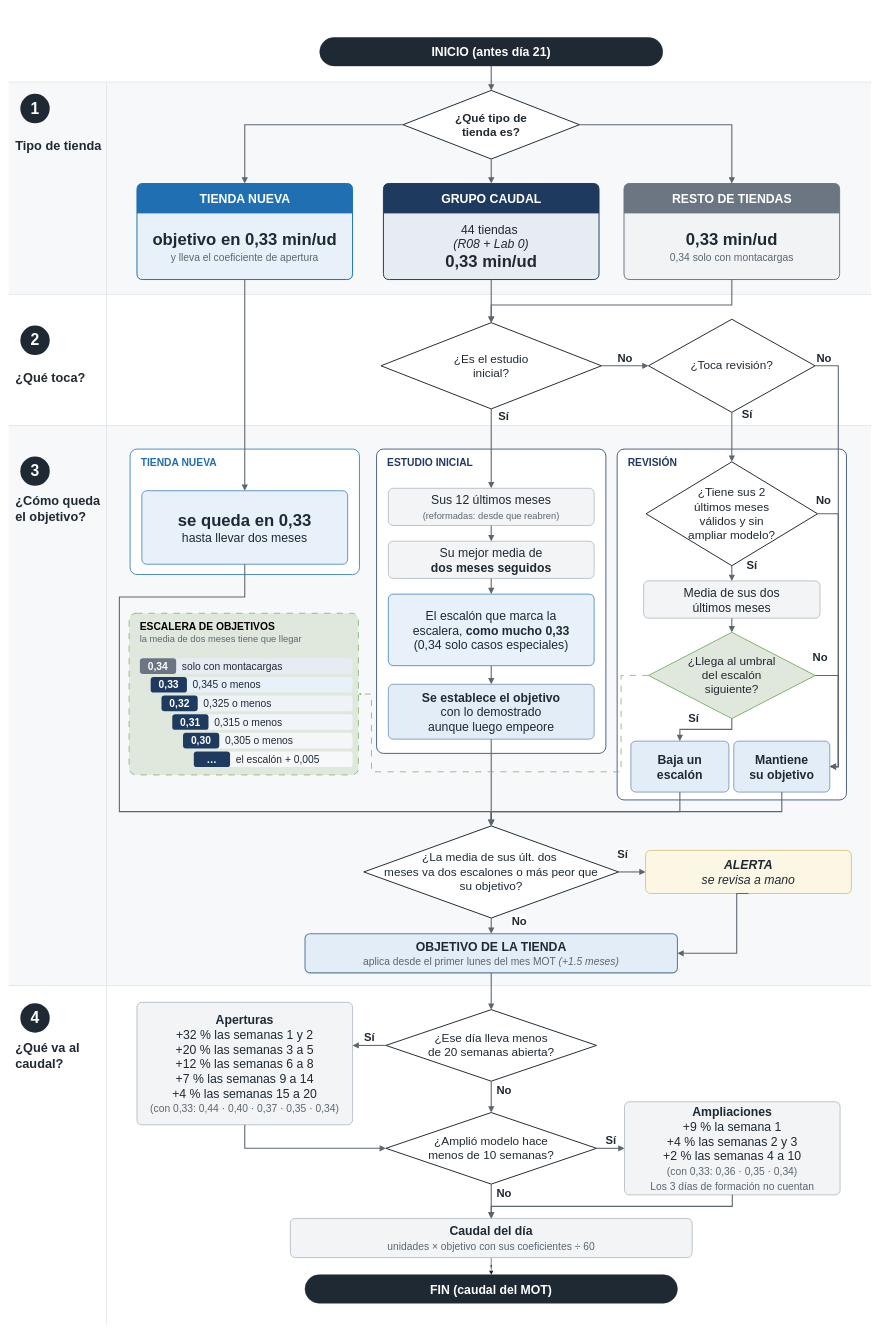
Above: Flujograma_revision.drawio in jrodrbr/Javify (draw.io), before the change. Source tidied: cells renumbered, new cells numbered last; positions are measured from the earlier drawing's top-left corner, leaving out a move shared by most shapes. Both pictures are drawn from the tidied source at 49%, with x=0, y=0 at pixel (8, 8).
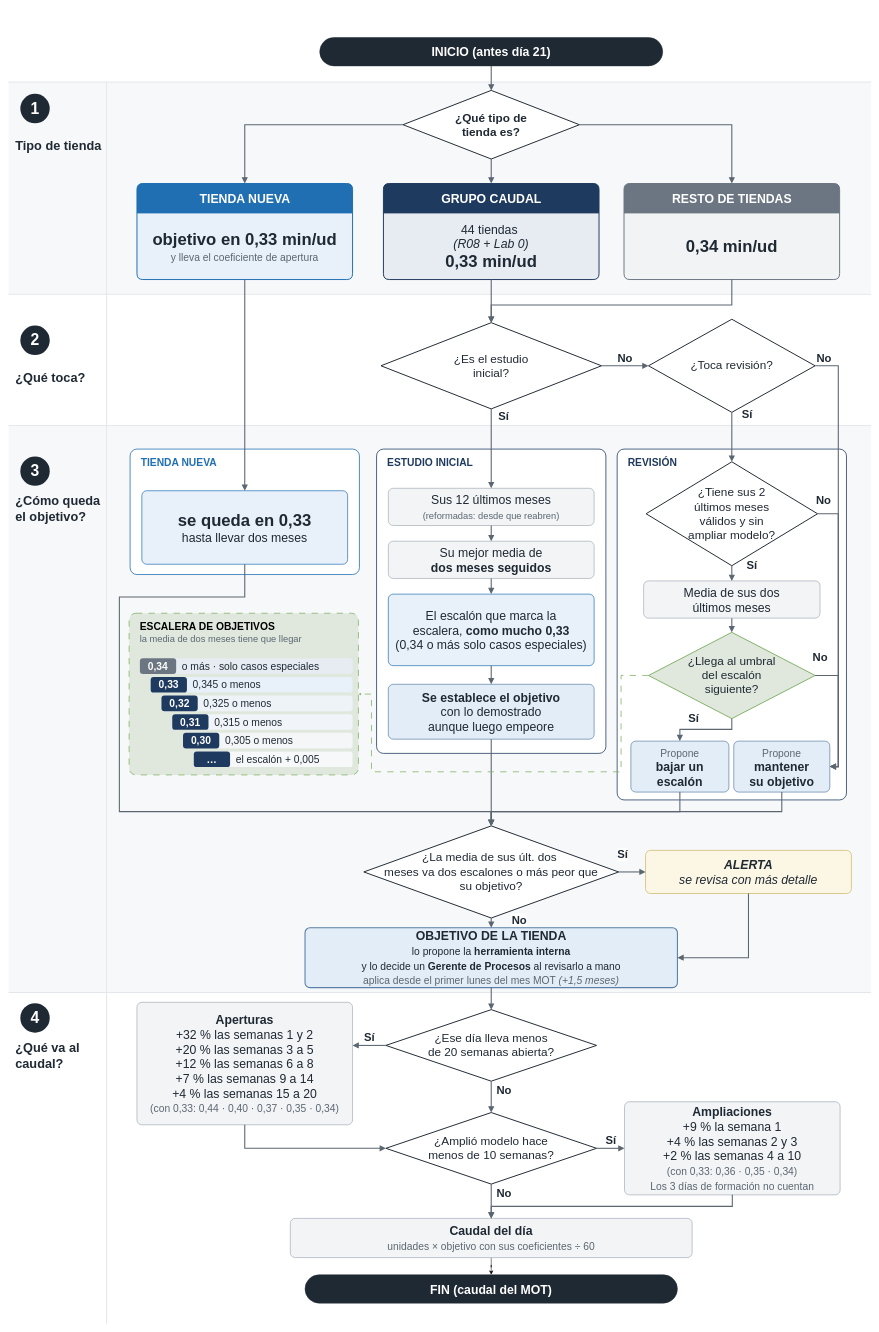
The same page after the edit.

Unchanged cells that the change refers to:
```xml
<mxCell id="28" value="&lt;b&gt;RESTO DE TIENDAS&lt;/b&gt;" style="shape=swimlane;startSize=60;horizontal=1;rounded=1;absoluteArcSize=1;arcSize=24;html=1;fontFamily=Arial;fontSize=25;fontColor=#FFFFFF;fillColor=#6B7682;swimlaneFillColor=#F1F3F5;strokeColor=#6B7682;strokeWidth=2;" parent="12" vertex="1">
  <mxGeometry x="1256" y="357" width="440" height="196" as="geometry" />
</mxCell>
<mxCell id="40" value="&lt;b&gt;ESTUDIO INICIAL&lt;/b&gt;" style="rounded=1;absoluteArcSize=1;arcSize=28;whiteSpace=wrap;html=1;fontFamily=Arial;fontSize=21;fontColor=#1F3A5F;align=left;verticalAlign=top;spacingLeft=20;spacingTop=8;fillColor=#FFFFFF;strokeColor=#1F3A5F;strokeWidth=1.6;" parent="12" vertex="1">
  <mxGeometry x="751" y="899" width="468" height="621" as="geometry" />
</mxCell>
<mxCell id="45" value="&lt;b&gt;REVISIÓN&lt;/b&gt;" style="rounded=1;absoluteArcSize=1;arcSize=28;whiteSpace=wrap;html=1;fontFamily=Arial;fontSize=21;fontColor=#1F3A5F;align=left;verticalAlign=top;spacingLeft=20;spacingTop=8;fillColor=#FFFFFF;strokeColor=#1F3A5F;strokeWidth=1.6;" parent="12" vertex="1">
  <mxGeometry x="1242" y="899" width="468" height="716" as="geometry" />
</mxCell>
<mxCell id="52" value="&lt;b&gt;ESCALERA DE OBJETIVOS&lt;/b&gt;&lt;br&gt;&lt;span style=&quot;font-size:19px;color:#5B6670&quot;&gt;la media de dos meses tiene que llegar&lt;/span&gt;" style="rounded=1;absoluteArcSize=1;arcSize=28;whiteSpace=wrap;html=1;fontFamily=Arial;fontSize=21;align=left;verticalAlign=top;spacingLeft=20;spacingTop=8;strokeWidth=1.6;dashed=1;dashPattern=8 8;fillColor=#E0E8DE;strokeColor=#82b366;" parent="12" vertex="1">
  <mxGeometry x="246" y="1234" width="468" height="330" as="geometry" />
</mxCell>
```

The edit, as a diff of the source:
```diff
@@
     <mxCell id="5" style="rounded=0;fillColor=#F7F8FA;strokeColor=none;" parent="1" vertex="1">
-      <mxGeometry y="851" width="1760" height="1142" as="geometry" />
+      <mxGeometry y="851" width="1760" height="1156" as="geometry" />
     </mxCell>
     <mxCell id="6" style="rounded=0;fillColor=#FFFFFF;strokeColor=none;" parent="1" vertex="1">
-      <mxGeometry y="1995" width="1760" height="689" as="geometry" />
+      <mxGeometry y="2009" width="1760" height="675" as="geometry" />
     </mxCell>
@@
     <mxCell id="10" style="rounded=0;fillColor=#E3E7EB;strokeColor=none;" parent="1" vertex="1">
-      <mxGeometry y="1993" width="1760" height="2" as="geometry" />
+      <mxGeometry y="2007" width="1760" height="2" as="geometry" />
     </mxCell>
@@
-    <mxCell id="29" value="&lt;b&gt;&lt;span style=&quot;font-size:34px&quot;&gt;0,33 min/ud&lt;/span&gt;&lt;/b&gt;&lt;br&gt;&lt;span style=&quot;font-size: 21px; color: rgb(91, 102, 112);&quot;&gt;0,34 solo con montacargas&lt;/span&gt;" style="text;html=1;strokeColor=none;fillColor=none;whiteSpace=wrap;fontFamily=Arial;fontSize=25;fontColor=#1F2933;align=center;verticalAlign=middle;spacing=0;" parent="28" vertex="1">
+    <mxCell id="29" value="&lt;b&gt;&lt;span style=&quot;font-size:34px&quot;&gt;0,34 min/ud&lt;/span&gt;&lt;/b&gt;" style="text;html=1;strokeColor=none;fillColor=none;whiteSpace=wrap;fontFamily=Arial;fontSize=25;fontColor=#1F2933;align=center;verticalAlign=middle;spacing=0;" parent="28" vertex="1">
       <mxGeometry y="60" width="440" height="136" as="geometry" />
     </mxCell>
@@
-    <mxCell id="43" value="El escalón que marca la&lt;br&gt;escalera, &lt;b&gt;como mucho 0,33&lt;/b&gt;&lt;br&gt;(0,34 solo casos especiales)" style="rounded=1;absoluteArcSize=1;arcSize=20;whiteSpace=wrap;html=1;fontFamily=Arial;fontSize=25;fontColor=#1F2933;spacing=6;fillColor=light-dark(#E8F1FA,#182028);strokeColor=#1F6FB2;strokeWidth=1.4;" parent="40" vertex="1">
+    <mxCell id="43" value="El escalón que marca la&lt;br&gt;escalera, &lt;b&gt;como mucho 0,33&lt;/b&gt;&lt;br&gt;(0,34 o más solo casos especiales)" style="rounded=1;absoluteArcSize=1;arcSize=20;whiteSpace=wrap;html=1;fontFamily=Arial;fontSize=25;fontColor=#1F2933;spacing=6;fillColor=light-dark(#E8F1FA,#182028);strokeColor=#1F6FB2;strokeWidth=1.4;" parent="40" vertex="1">
       <mxGeometry x="24" y="296" width="420" height="146" as="geometry" />
     </mxCell>
@@
-    <mxCell id="49" value="&lt;b&gt;Baja un&lt;/b&gt;&lt;br&gt;&lt;b&gt;escalón&lt;/b&gt;" style="rounded=1;absoluteArcSize=1;arcSize=20;whiteSpace=wrap;html=1;fontFamily=Arial;fontSize=25;fontColor=#1F2933;spacing=6;fillColor=#E3EDF7;strokeColor=#5B7FA6;strokeWidth=1.4;" parent="45" vertex="1">
+    <mxCell id="49" value="&lt;span style=&quot;font-size: 21px; color: rgb(91, 102, 112);&quot;&gt;Propone&lt;/span&gt;&lt;br&gt;&lt;b&gt;bajar un escalón&lt;/b&gt;" style="rounded=1;absoluteArcSize=1;arcSize=20;whiteSpace=wrap;html=1;fontFamily=Arial;fontSize=25;fontColor=#1F2933;spacing=6;fillColor=#E3EDF7;strokeColor=#5B7FA6;strokeWidth=1.4;" parent="45" vertex="1">
       <mxGeometry x="28" y="596" width="200" height="104" as="geometry" />
     </mxCell>
-    <mxCell id="50" value="&lt;b&gt;Mantiene&lt;/b&gt;&lt;br&gt;&lt;b&gt;su objetivo&lt;/b&gt;" style="rounded=1;absoluteArcSize=1;arcSize=20;whiteSpace=wrap;html=1;fontFamily=Arial;fontSize=25;fontColor=#1F2933;spacing=6;fillColor=#E3EDF7;strokeColor=#5B7FA6;strokeWidth=1.4;" parent="45" vertex="1">
+    <mxCell id="50" value="&lt;span style=&quot;font-size: 21px; color: rgb(91, 102, 112);&quot;&gt;Propone&lt;/span&gt;&lt;br&gt;&lt;b&gt;mantener&lt;/b&gt;&lt;br&gt;&lt;b&gt;su objetivo&lt;/b&gt;" style="rounded=1;absoluteArcSize=1;arcSize=20;whiteSpace=wrap;html=1;fontFamily=Arial;fontSize=25;fontColor=#1F2933;spacing=6;fillColor=#E3EDF7;strokeColor=#5B7FA6;strokeWidth=1.4;" parent="45" vertex="1">
       <mxGeometry x="238" y="596" width="196" height="104" as="geometry" />
     </mxCell>
@@
-    <mxCell id="55" value="solo con montacargas" style="text;html=1;strokeColor=none;fillColor=none;whiteSpace=wrap;fontFamily=Arial;fontSize=21;fontColor=#1F2933;align=left;verticalAlign=middle;spacing=0;" parent="52" vertex="1">
-      <mxGeometry x="108" y="92" width="300" height="32" as="geometry" />
+    <mxCell id="55" value="o más · solo casos especiales" style="text;html=1;strokeColor=none;fillColor=none;whiteSpace=wrap;fontFamily=Arial;fontSize=21;fontColor=#1F2933;align=left;verticalAlign=middle;spacing=0;" parent="52" vertex="1">
+      <mxGeometry x="108" y="92" width="344" height="32" as="geometry" />
     </mxCell>
@@
-    <mxCell id="87" value="&lt;b&gt;ALERTA&lt;/b&gt;&lt;br&gt;se revisa a mano" style="rounded=1;absoluteArcSize=1;arcSize=20;whiteSpace=wrap;html=1;fontFamily=Arial;fontSize=25;fontColor=#1F2933;spacing=6;fillColor=#FCF7E5;strokeColor=#C9B460;strokeWidth=1.4;fontStyle=2;" parent="12" vertex="1">
+    <mxCell id="87" value="&lt;b&gt;ALERTA&lt;/b&gt;&lt;br&gt;se revisa con más detalle" style="rounded=1;absoluteArcSize=1;arcSize=20;whiteSpace=wrap;html=1;fontFamily=Arial;fontSize=25;fontColor=#1F2933;spacing=6;fillColor=#FCF7E5;strokeColor=#C9B460;strokeWidth=1.4;fontStyle=2;" parent="12" vertex="1">
       <mxGeometry x="1300" y="1718" width="420" height="88" as="geometry" />
     </mxCell>
-    <mxCell id="88" value="&lt;b&gt;OBJETIVO DE LA TIENDA&lt;/b&gt;&lt;br&gt;&lt;span style=&quot;font-size: 21px; color: rgb(91, 102, 112);&quot;&gt;aplica desde el primer lunes del mes MOT &lt;i&gt;(+1.5 meses)&lt;/i&gt;&lt;/span&gt;" style="rounded=1;absoluteArcSize=1;arcSize=20;whiteSpace=wrap;html=1;fontFamily=Arial;fontSize=25;fontColor=#1F2933;spacing=6;fillColor=#E3EDF7;strokeColor=#5B7FA6;strokeWidth=2.2;" parent="12" vertex="1">
-      <mxGeometry x="605" y="1888" width="760" height="80" as="geometry" />
+    <mxCell id="88" value="&lt;b&gt;OBJETIVO DE LA TIENDA&lt;/b&gt;&lt;br&gt;&lt;span style=&quot;font-size: 21px;&quot;&gt;lo propone la &lt;b&gt;herramienta interna&lt;/b&gt;&lt;br&gt;y lo decide un &lt;b&gt;Gerente de Procesos&lt;/b&gt; al revisarlo a mano&lt;/span&gt;&lt;br&gt;&lt;span style=&quot;font-size: 21px; color: rgb(91, 102, 112);&quot;&gt;aplica desde el primer lunes del mes MOT &lt;i&gt;(+1,5 meses)&lt;/i&gt;&lt;/span&gt;" style="rounded=1;absoluteArcSize=1;arcSize=20;whiteSpace=wrap;html=1;fontFamily=Arial;fontSize=25;fontColor=#1F2933;spacing=6;fillColor=#E3EDF7;strokeColor=#5B7FA6;strokeWidth=2.2;" parent="12" vertex="1">
+      <mxGeometry x="605" y="1876" width="760" height="122" as="geometry" />
     </mxCell>
@@
     <mxCell id="91" style="edgeStyle=orthogonalEdgeStyle;rounded=0;html=1;endArrow=block;endFill=1;endSize=7;strokeColor=#5B6670;strokeWidth=2.2;fontFamily=Arial;fontSize=23;fontStyle=1;fontColor=#1F2933;labelBackgroundColor=#FFFFFF;exitX=0.5;exitY=1;exitDx=0;exitDy=0;entryX=1;entryY=0.5;entryDx=0;entryDy=0;" parent="12" edge="1" source="87" target="88">
       <mxGeometry relative="1" as="geometry">
         <Array as="points">
-          <mxPoint x="1486" y="1928" />
+          <mxPoint x="1510" y="1937" />
         </Array>
       </mxGeometry>
     </mxCell>
```
